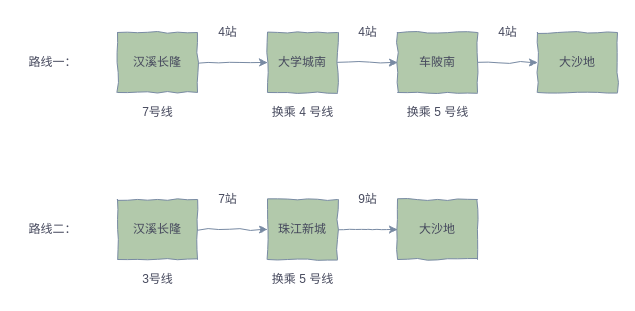
silan-liu/drawio keeps this draw.io diagram as line.drawio. Above is the earlier version. Source tidied: cells renumbered, new cells numbered last; positions are measured from the earlier drawing's top-left corner, leaving out a move shared by most shapes. Both pictures are drawn from the tidied source at 100%, with x=0, y=0 at pixel (17, 17).
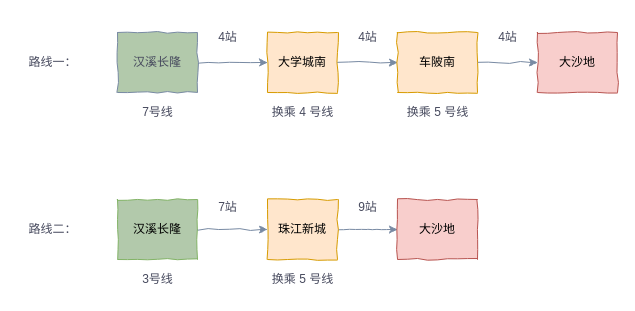
Above is the later version.

What changed in the source:
```diff
@@
-    <mxCell id="5" value="大学城南" style="whiteSpace=wrap;html=1;strokeColor=#788AA3;fontColor=#46495D;fillColor=#B2C9AB;comic=1;fontFamily=Helvetica;" parent="1" vertex="1">
+    <mxCell id="5" value="大学城南" style="whiteSpace=wrap;html=1;strokeColor=#d79b00;fillColor=#ffe6cc;comic=1;fontFamily=Helvetica;" parent="1" vertex="1">
       <mxGeometry x="250" y="15" width="70" height="60" as="geometry" />
     </mxCell>
@@
-    <mxCell id="7" value="车陂南" style="whiteSpace=wrap;html=1;strokeColor=#788AA3;fontColor=#46495D;fillColor=#B2C9AB;comic=1;fontFamily=Helvetica;" parent="1" vertex="1">
+    <mxCell id="7" value="车陂南" style="whiteSpace=wrap;html=1;strokeColor=#d79b00;fillColor=#ffe6cc;comic=1;fontFamily=Helvetica;" parent="1" vertex="1">
       <mxGeometry x="380" y="15" width="80" height="60" as="geometry" />
     </mxCell>
-    <mxCell id="8" value="大沙地" style="whiteSpace=wrap;html=1;strokeColor=#788AA3;fontColor=#46495D;fillColor=#B2C9AB;comic=1;fontFamily=Helvetica;" parent="1" vertex="1">
+    <mxCell id="8" value="大沙地" style="whiteSpace=wrap;html=1;strokeColor=#b85450;fillColor=#f8cecc;comic=1;fontFamily=Helvetica;" parent="1" vertex="1">
       <mxGeometry x="520" y="15" width="80" height="60" as="geometry" />
     </mxCell>
     <mxCell id="9" value="4站" style="text;html=1;align=center;verticalAlign=middle;strokeColor=none;fillColor=none;fontColor=#46495D;fontFamily=Helvetica;" parent="1" vertex="1">
-      <mxGeometry x="190" width="40" height="30" as="geometry" />
+      <mxGeometry x="190" y="5" width="40" height="30" as="geometry" />
     </mxCell>
     <mxCell id="10" value="4站" style="text;html=1;align=center;verticalAlign=middle;strokeColor=none;fillColor=none;fontColor=#46495D;fontFamily=Helvetica;" parent="1" vertex="1">
-      <mxGeometry x="330" width="40" height="30" as="geometry" />
+      <mxGeometry x="330" y="5" width="40" height="30" as="geometry" />
     </mxCell>
     <mxCell id="11" value="4站" style="text;html=1;align=center;verticalAlign=middle;strokeColor=none;fillColor=none;fontColor=#46495D;fontFamily=Helvetica;" parent="1" vertex="1">
-      <mxGeometry x="470" width="40" height="30" as="geometry" />
+      <mxGeometry x="470" y="5" width="40" height="30" as="geometry" />
     </mxCell>
@@
-    <mxCell id="16" value="汉溪长隆" style="whiteSpace=wrap;html=1;strokeColor=#788AA3;fontColor=#46495D;fillColor=#B2C9AB;comic=1;fontFamily=Helvetica;" parent="1" vertex="1">
+    <mxCell id="16" value="汉溪长隆" style="whiteSpace=wrap;html=1;strokeColor=#82b366;fillColor=#B2C9AB;comic=1;fontFamily=Helvetica;" parent="1" vertex="1">
       <mxGeometry x="100" y="182" width="80" height="60" as="geometry" />
     </mxCell>
@@
-    <mxCell id="18" value="珠江新城" style="whiteSpace=wrap;html=1;strokeColor=#788AA3;fontColor=#46495D;fillColor=#B2C9AB;comic=1;fontFamily=Helvetica;" parent="1" vertex="1">
+    <mxCell id="18" value="珠江新城" style="whiteSpace=wrap;html=1;strokeColor=#d79b00;fillColor=#ffe6cc;comic=1;fontFamily=Helvetica;" parent="1" vertex="1">
       <mxGeometry x="250" y="182" width="70" height="60" as="geometry" />
     </mxCell>
-    <mxCell id="19" value="大沙地" style="whiteSpace=wrap;html=1;strokeColor=#788AA3;fontColor=#46495D;fillColor=#B2C9AB;comic=1;fontFamily=Helvetica;" parent="1" vertex="1">
+    <mxCell id="19" value="大沙地" style="whiteSpace=wrap;html=1;strokeColor=#b85450;fillColor=#f8cecc;comic=1;fontFamily=Helvetica;" parent="1" vertex="1">
       <mxGeometry x="380" y="182" width="80" height="60" as="geometry" />
     </mxCell>
     <mxCell id="20" value="7站" style="text;html=1;align=center;verticalAlign=middle;strokeColor=none;fillColor=none;fontColor=#46495D;fontFamily=Helvetica;" parent="1" vertex="1">
-      <mxGeometry x="190" y="167" width="40" height="30" as="geometry" />
+      <mxGeometry x="190" y="175" width="40" height="30" as="geometry" />
     </mxCell>
     <mxCell id="21" value="9站" style="text;html=1;align=center;verticalAlign=middle;strokeColor=none;fillColor=none;fontColor=#46495D;fontFamily=Helvetica;" parent="1" vertex="1">
-      <mxGeometry x="330" y="167" width="40" height="30" as="geometry" />
+      <mxGeometry x="330" y="175" width="40" height="30" as="geometry" />
     </mxCell>
```
